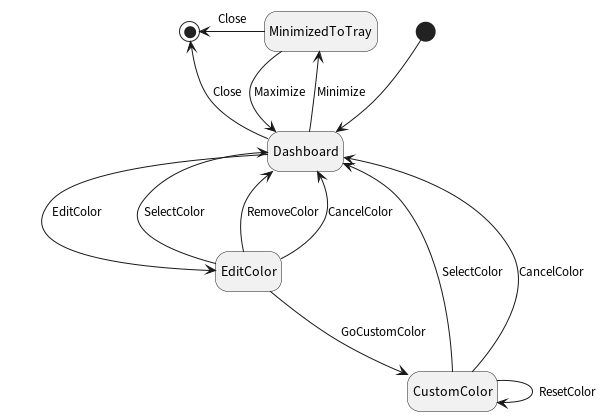
The PlantUML diagram assignments/4_model_based_testing/state_machines/state_machine_3.png in JoaoCostaIFG/tvvs, before a commit. The source it was exported from:
```plantuml
@startuml
hide empty description

[*] -d-> Dashboard

Dashboard --> [*] : Close
Dashboard --> MinimizedToTray : Minimize
Dashboard --> EditColor : EditColor

EditColor --> Dashboard : SelectColor
EditColor --> Dashboard : RemoveColor
EditColor --> Dashboard : CancelColor
EditColor --> CustomColor : GoCustomColor

CustomColor --> Dashboard : SelectColor
CustomColor --> Dashboard : CancelColor
CustomColor --> CustomColor : ResetColor

MinimizedToTray --> Dashboard : Maximize
MinimizedToTray -l-> [*] : Close

@enduml
```
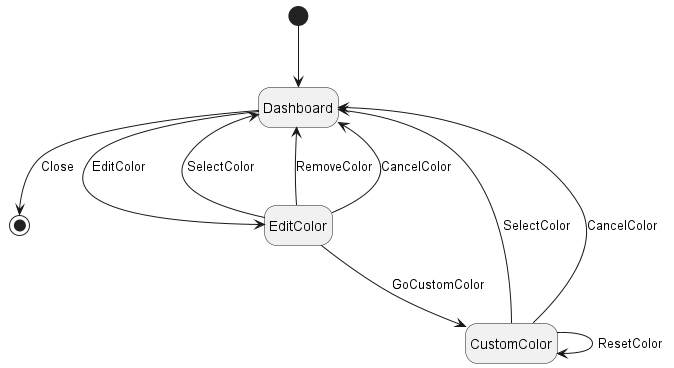
Above is the later version.

What changed in the source:
```diff
@@ -4,7 +4,6 @@
 [*] -d-> Dashboard
 
 Dashboard --> [*] : Close
-Dashboard --> MinimizedToTray : Minimize
 Dashboard --> EditColor : EditColor
 
 EditColor --> Dashboard : SelectColor
@@ -15,8 +14,4 @@
 CustomColor --> Dashboard : SelectColor
 CustomColor --> Dashboard : CancelColor
 CustomColor --> CustomColor : ResetColor
-
-MinimizedToTray --> Dashboard : Maximize
-MinimizedToTray -l-> [*] : Close
-
 @enduml
```
